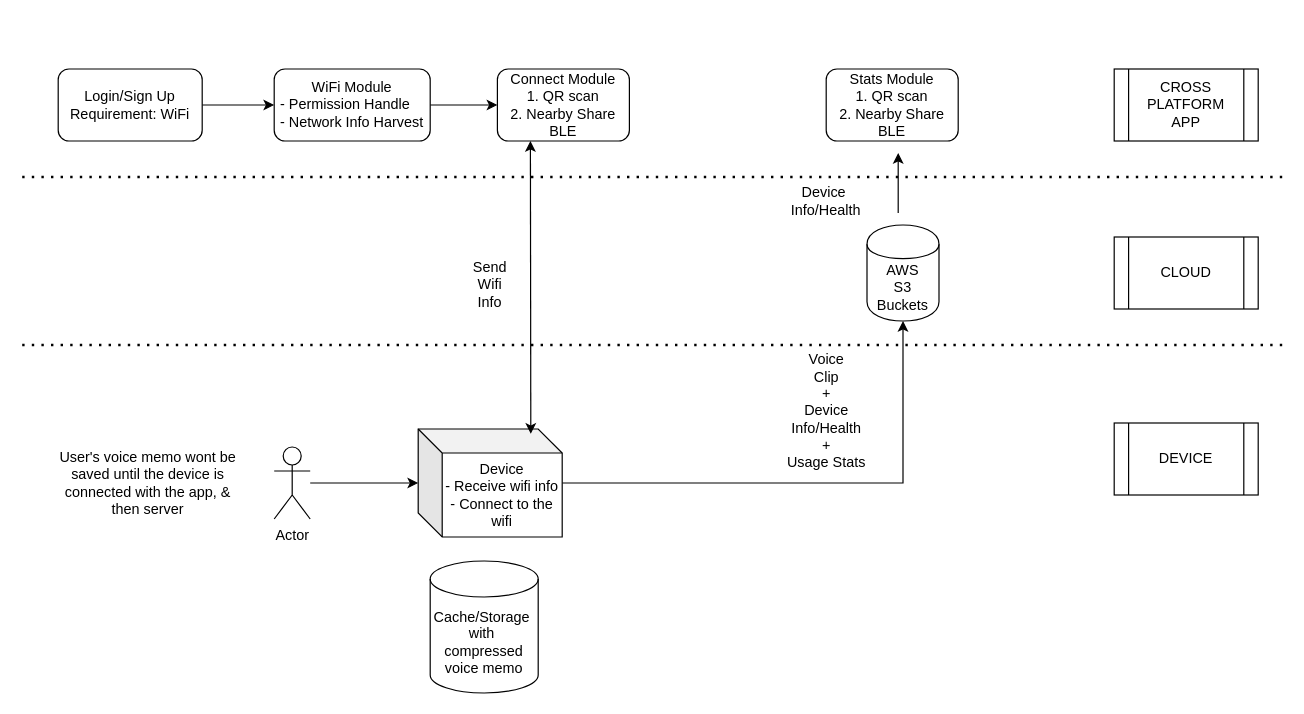
The draw.io diagram Dopple-First-Draft.drawio in SaadAAkash/solution-architecture-diagrams, before the edit. Source tidied: cells renumbered, new cells numbered last; positions are measured from the earlier drawing's top-left corner, leaving out a move shared by most shapes. Both pictures are drawn from the tidied source at 120%, with x=0, y=0 at pixel (22, 68).
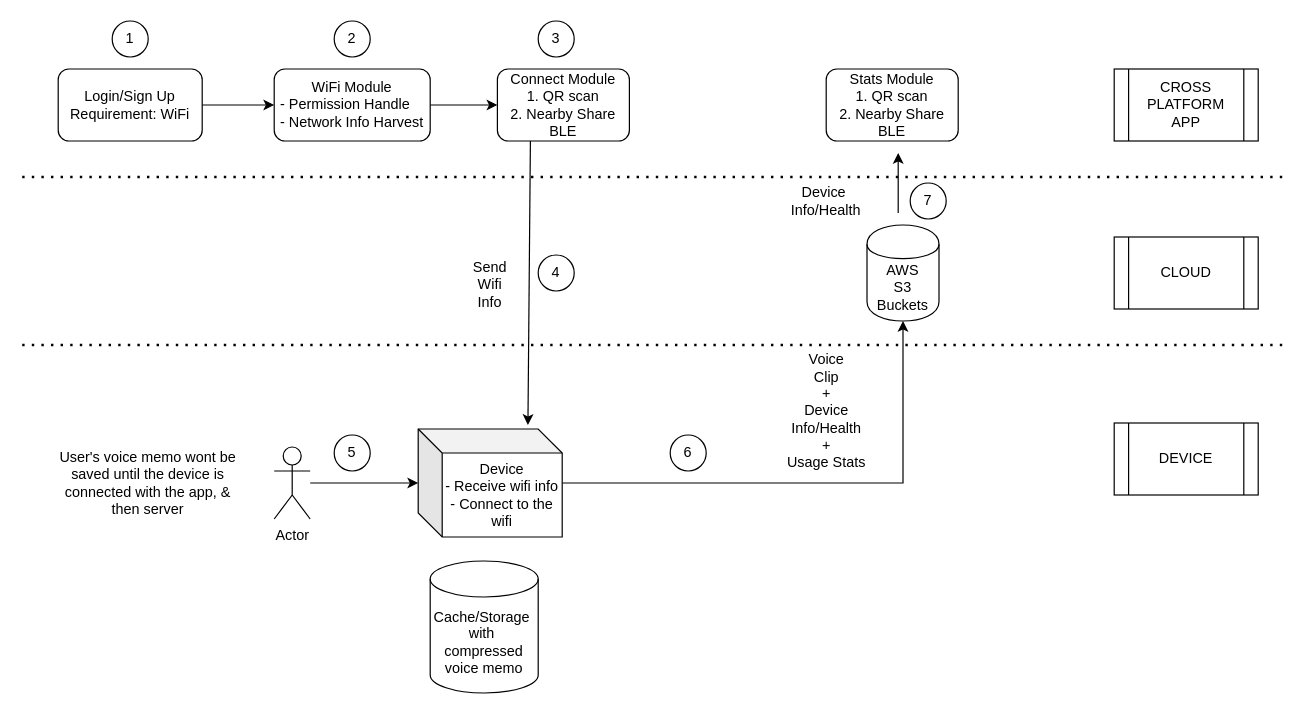
The same diagram, later.

Commit message:
Update with sequential steps

Unchanged cells that the change refers to:
```xml
<mxCell id="4" value="&lt;div&gt;&lt;span&gt;Connect Module&lt;/span&gt;&lt;/div&gt;&lt;div&gt;&lt;span&gt;1. QR scan&lt;/span&gt;&lt;/div&gt;&lt;div&gt;&lt;span&gt;2. Nearby Share BLE&lt;/span&gt;&lt;/div&gt;" style="rounded=1;whiteSpace=wrap;html=1;align=center;" parent="1" vertex="1">
  <mxGeometry x="396" width="110" height="60" as="geometry" />
</mxCell>
<mxCell id="11" value="Device&lt;br&gt;- Receive wifi info&lt;br&gt;- Connect to the wifi" style="shape=cube;whiteSpace=wrap;html=1;boundedLbl=1;backgroundOutline=1;darkOpacity=0.05;darkOpacity2=0.1;" parent="1" vertex="1">
  <mxGeometry x="330" y="300" width="120" height="90" as="geometry" />
</mxCell>
```

What changed in the source:
```diff
@@
-    <mxCell id="14" style="endArrow=classic;startArrow=classic;html=1;entryX=0.25;entryY=1;entryDx=0;entryDy=0;exitX=0.782;exitY=0.045;exitDx=0;exitDy=0;exitPerimeter=0;" parent="1" edge="1" source="11" target="4">
-      <mxGeometry relative="1" as="geometry" />
-    </mxCell>
@@
+    <mxCell id="25" value="1" style="ellipse;whiteSpace=wrap;html=1;" parent="1" vertex="1">
+      <mxGeometry x="75" y="-40" width="30" height="30" as="geometry" />
+    </mxCell>
+    <mxCell id="26" value="2" style="ellipse;whiteSpace=wrap;html=1;" parent="1" vertex="1">
+      <mxGeometry x="260" y="-40" width="30" height="30" as="geometry" />
+    </mxCell>
+    <mxCell id="27" value="3" style="ellipse;whiteSpace=wrap;html=1;" parent="1" vertex="1">
+      <mxGeometry x="430" y="-40" width="30" height="30" as="geometry" />
+    </mxCell>
+    <mxCell id="28" value="4" style="ellipse;whiteSpace=wrap;html=1;" parent="1" vertex="1">
+      <mxGeometry x="430" y="155" width="30" height="30" as="geometry" />
+    </mxCell>
+    <mxCell id="29" style="endArrow=classic;html=1;exitX=0.25;exitY=1;exitDx=0;exitDy=0;entryX=0.762;entryY=-0.037;entryDx=0;entryDy=0;entryPerimeter=0;" parent="1" edge="1" source="4" target="11">
+      <mxGeometry relative="1" as="geometry" />
+    </mxCell>
+    <mxCell id="30" value="5" style="ellipse;whiteSpace=wrap;html=1;" parent="1" vertex="1">
+      <mxGeometry x="260" y="305" width="30" height="30" as="geometry" />
+    </mxCell>
+    <mxCell id="31" value="6" style="ellipse;whiteSpace=wrap;html=1;" parent="1" vertex="1">
+      <mxGeometry x="540" y="305" width="30" height="30" as="geometry" />
+    </mxCell>
+    <mxCell id="32" value="7" style="ellipse;whiteSpace=wrap;html=1;" parent="1" vertex="1">
+      <mxGeometry x="740" y="95" width="30" height="30" as="geometry" />
+    </mxCell>
```
